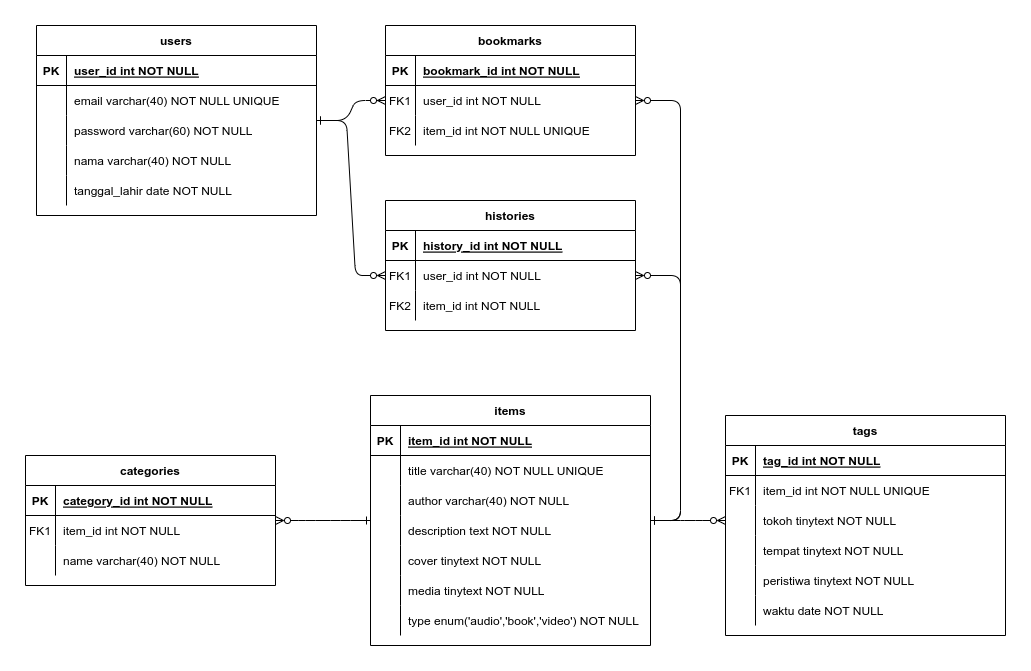
The draw.io diagram docs/diagram.png in sglkc/digilib-api, before a commit. Source tidied: cells renumbered, new cells last; positions are measured from the earlier drawing's top-left corner, leaving out a move shared by most shapes.
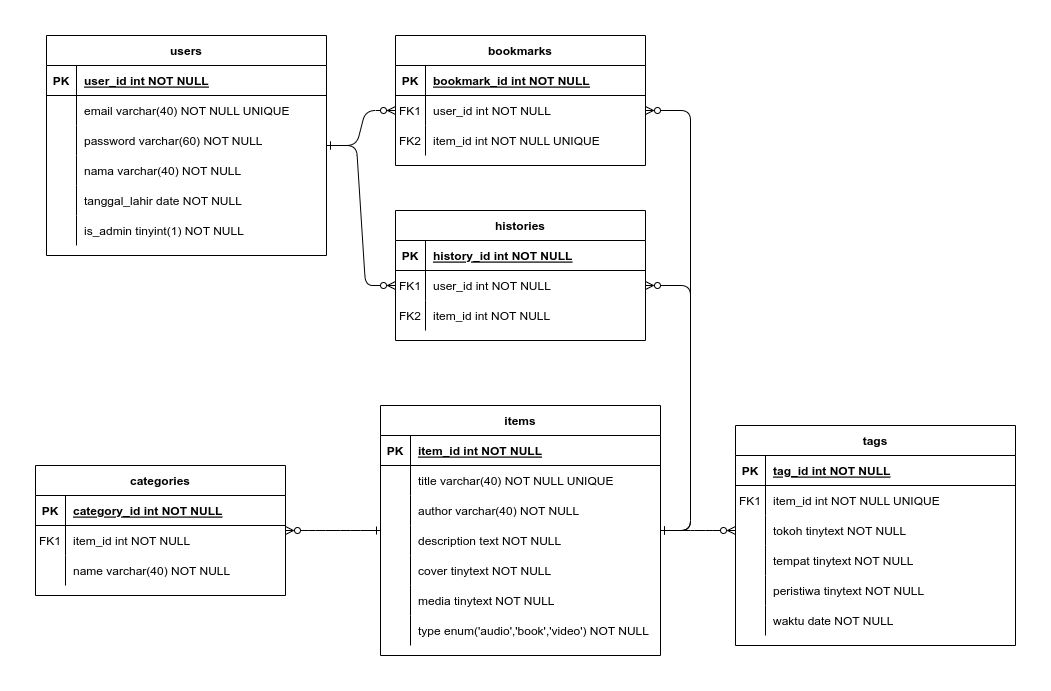
The same file after the commit.

Commit message:
add is_admin to user model

What changed in the source:
```diff
@@ -105,7 +105,7 @@
       <mxGeometry x="30" width="250" height="30" as="geometry" />
     </mxCell>
     <mxCell id="36" value="users" style="shape=table;startSize=30;rowLines=0;fontStyle=1;align=center;" parent="1" vertex="1">
-      <mxGeometry x="11" width="280" height="190" as="geometry" />
+      <mxGeometry x="11" width="280" height="220" as="geometry" />
     </mxCell>
     <mxCell id="37" style="shape=partialRectangle;fillColor=none;top=0;left=0;right=0;bottom=1;" parent="36" vertex="1">
       <mxGeometry y="30" width="280" height="30" as="geometry" />
@@ -152,6 +152,15 @@
     <mxCell id="51" value="tanggal_lahir date NOT NULL" style="shape=partialRectangle;overflow=hidden;fillColor=none;top=0;left=0;bottom=0;right=0;align=left;spacingLeft=6;" parent="49" vertex="1">
       <mxGeometry x="30" width="250" height="30" as="geometry" />
     </mxCell>
+    <mxCell id="95" style="shape=partialRectangle;fillColor=none;top=0;left=0;right=0;bottom=0;" parent="36" vertex="1">
+      <mxGeometry y="180" width="280" height="30" as="geometry" />
+    </mxCell>
+    <mxCell id="96" style="shape=partialRectangle;overflow=hidden;fillColor=none;top=0;left=0;bottom=0;right=0;" parent="95" vertex="1">
+      <mxGeometry width="30" height="30" as="geometry" />
+    </mxCell>
+    <mxCell id="97" value="is_admin tinyint(1) NOT NULL" style="shape=partialRectangle;overflow=hidden;fillColor=none;top=0;left=0;bottom=0;right=0;align=left;spacingLeft=6;" parent="95" vertex="1">
+      <mxGeometry x="30" width="250" height="30" as="geometry" />
+    </mxCell>
     <mxCell id="52" style="edgeStyle=entityRelationEdgeStyle;rounded=1;jettySize=auto;html=1;endArrow=ERone;endFill=0;startArrow=ERzeroToMany;startFill=0;" parent="1" edge="1" source="53" target="14">
       <mxGeometry relative="1" as="geometry" />
     </mxCell>
```
